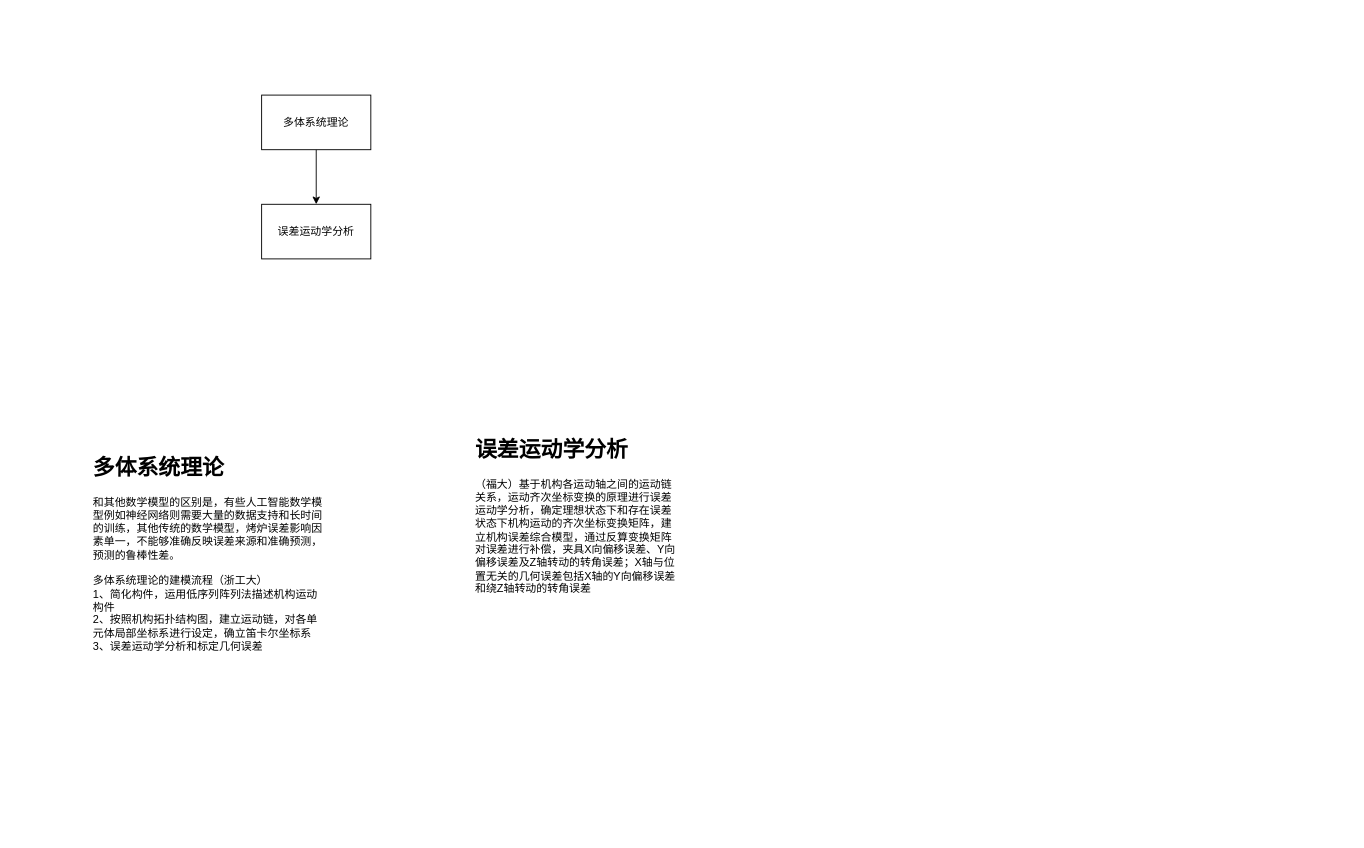
The draw.io diagram 运动位置误差模型.drawio in wjaswdd/draw.io, before the edit. Source tidied: cells renumbered, new cells numbered last; positions are measured from the earlier drawing's top-left corner, leaving out a move shared by most shapes. Both pictures are drawn from the tidied source at 91%, with x=0, y=0 at pixel (88, 95).
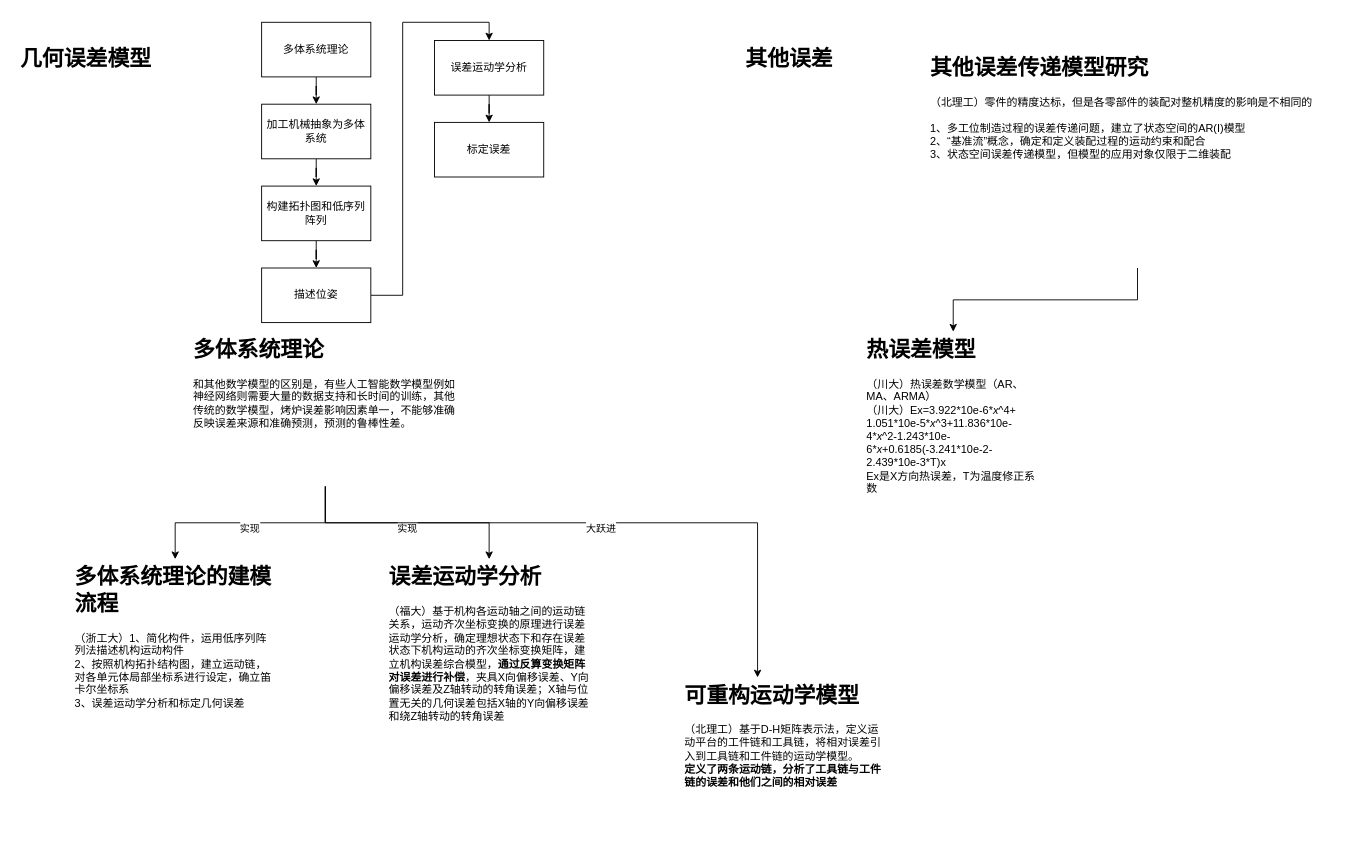
The same page after the edit.

Commit message:
更新运动位置误差模型.drawio

Diff of the diagram source:
```diff
@@
-    <mxCell id="2" style="edgeStyle=orthogonalEdgeStyle;rounded=0;jettySize=auto;html=1;" parent="1" edge="1" source="3" target="4">
-      <mxGeometry relative="1" as="geometry" />
-    </mxCell>
+    <mxCell id="7" style="edgeStyle=orthogonalEdgeStyle;rounded=0;jettySize=auto;html=1;" parent="1" edge="1" source="3" target="16">
+      <mxGeometry relative="1" as="geometry" />
+    </mxCell>
     <mxCell id="3" value="多体系统理论" style="rounded=0;whiteSpace=wrap;html=1;" parent="1" vertex="1">
-      <mxGeometry x="190" width="120" height="60" as="geometry" />
+      <mxGeometry x="190" y="-80" width="120" height="60" as="geometry" />
     </mxCell>
+    <mxCell id="8" style="edgeStyle=orthogonalEdgeStyle;rounded=0;jettySize=auto;html=1;" parent="1" edge="1" source="4" target="21">
+      <mxGeometry relative="1" as="geometry" />
+    </mxCell>
     <mxCell id="4" value="误差运动学分析" style="rounded=0;whiteSpace=wrap;html=1;" parent="1" vertex="1">
-      <mxGeometry x="190" y="120" width="120" height="60" as="geometry" />
+      <mxGeometry x="380" y="-60" width="120" height="60" as="geometry" />
     </mxCell>
-    <mxCell id="5" value="&lt;h1&gt;误差运动学分析&lt;/h1&gt;&lt;div&gt;（福大）基于机构各运动轴之间的运动链&lt;/div&gt;&lt;div&gt;关系，运动齐次坐标变换的原理进行误差运动学分析，确定理想状态下和存在误差状态下机构运动的齐次坐标变换矩阵，建立机构误差综合模型，通过反算变换矩阵对误差进行补偿，夹具X向偏移误差、Y向偏移误差及Z轴转动的转角误差；X轴与位置无关的几何误差包括X轴的Y向偏移误差和绕Z轴转动的转角误差&lt;/div&gt;" style="text;html=1;strokeColor=none;fillColor=none;spacing=5;spacingTop=-20;whiteSpace=wrap;overflow=hidden;rounded=0;" parent="1" vertex="1">
-      <mxGeometry x="420" y="370" width="230" height="240" as="geometry" />
-    </mxCell>
+    <mxCell id="9" value="&lt;br&gt;实现" style="edgeStyle=orthogonalEdgeStyle;rounded=0;jettySize=auto;html=1;" parent="1" edge="1" source="6" target="23">
+      <mxGeometry relative="1" as="geometry" />
+    </mxCell>
+    <mxCell id="10" value="&lt;br&gt;实现" style="edgeStyle=orthogonalEdgeStyle;rounded=0;jettySize=auto;html=1;" parent="1" edge="1" source="6" target="22">
+      <mxGeometry relative="1" as="geometry" />
+    </mxCell>
+    <mxCell id="11" value="&lt;br&gt;大跃进" style="edgeStyle=orthogonalEdgeStyle;rounded=0;jettySize=auto;html=1;" parent="1" edge="1" source="6" target="24">
+      <mxGeometry relative="1" as="geometry">
+        <Array as="points">
+          <mxPoint x="260" y="470" />
+          <mxPoint x="735" y="470" />
+        </Array>
+      </mxGeometry>
+    </mxCell>
-    <mxCell id="6" value="&lt;h1&gt;多体系统理论&lt;/h1&gt;&lt;div&gt;和其他数学模型的区别是，有些人工智能数学模型例如神经网络则需要大量的数据支持和长时间的训练，其他传统的数学模型，烤炉误差影响因素单一，不能够准确反映误差来源和准确预测，预测的鲁棒性差。&lt;/div&gt;&lt;div&gt;&lt;br&gt;&lt;/div&gt;&lt;div&gt;多体系统理论的建模流程（浙工大）&lt;/div&gt;&lt;div&gt;1、简化构件，运用低序列阵列法描述机构运动构件&lt;/div&gt;&lt;div&gt;2、按照机构拓扑结构图，建立运动链，对各单元体局部坐标系进行设定，确立笛卡尔坐标系&lt;/div&gt;&lt;div&gt;3、误差运动学分析和标定几何误差&lt;/div&gt;" style="text;html=1;strokeColor=none;fillColor=none;spacing=5;spacingTop=-20;whiteSpace=wrap;overflow=hidden;rounded=0;" parent="1" vertex="1">
-      <mxGeometry y="390" width="260" height="240" as="geometry" />
+    <mxCell id="6" value="&lt;h1&gt;多体系统理论&lt;/h1&gt;&lt;div&gt;和其他数学模型的区别是，有些人工智能数学模型例如神经网络则需要大量的数据支持和长时间的训练，其他传统的数学模型，烤炉误差影响因素单一，不能够准确反映误差来源和准确预测，预测的鲁棒性差。&lt;/div&gt;&lt;div&gt;&lt;br&gt;&lt;/div&gt;&lt;div&gt;&lt;br&gt;&lt;/div&gt;" style="text;html=1;strokeColor=none;fillColor=none;spacing=5;spacingTop=-20;whiteSpace=wrap;overflow=hidden;rounded=0;" parent="1" vertex="1">
+      <mxGeometry x="110" y="260" width="300" height="170" as="geometry" />
     </mxCell>
+    <mxCell id="12" style="edgeStyle=orthogonalEdgeStyle;rounded=0;jettySize=auto;html=1;" parent="1" edge="1" source="13" target="14">
+      <mxGeometry relative="1" as="geometry" />
+    </mxCell>
+    <mxCell id="13" value="&lt;h1&gt;其他误差传递模型研究&lt;/h1&gt;&lt;div&gt;（北理工）零件的精度达标，但是各零部件的装配对整机精度的影响是不相同的&lt;/div&gt;&lt;div&gt;&lt;br&gt;&lt;/div&gt;&lt;div&gt;1、多工位制造过程的误差传递问题，建立了状态空间的AR(I)模型&lt;/div&gt;&lt;div&gt;2、“基准流”概念，确定和定义装配过程的运动约束和配合&lt;/div&gt;&lt;div&gt;3、状态空间误差传递模型，但模型的应用对象仅限于二维装配&lt;/div&gt;&lt;div&gt;&lt;br&gt;&lt;/div&gt;&lt;div&gt;&lt;br&gt;&lt;/div&gt;" style="text;html=1;strokeColor=none;fillColor=none;spacing=5;spacingTop=-20;whiteSpace=wrap;overflow=hidden;rounded=0;" parent="1" vertex="1">
+      <mxGeometry x="920" y="-50" width="465" height="240" as="geometry" />
+    </mxCell>
+    <mxCell id="14" value="&lt;h1&gt;热误差模型&lt;/h1&gt;（川大）热误差数学模型（AR、MA、ARMA）&lt;div&gt;（川大）Ex=3.922*10e-6*&lt;i&gt;x&lt;/i&gt;^4+&lt;/div&gt;1.051*10e-5*&lt;i style=&quot;border-color: var(--border-color);&quot;&gt;x&lt;/i&gt;^3+11.836*10e-4*&lt;i style=&quot;border-color: var(--border-color);&quot;&gt;x&lt;/i&gt;^2-1.243*10e-6*&lt;i style=&quot;border-color: var(--border-color);&quot;&gt;x&lt;/i&gt;+0.6185(-3.241*10e-2-2.439*10e-3*T)x&lt;br&gt;Ex是X方向热误差，T为温度修正系数" style="text;html=1;strokeColor=none;fillColor=none;spacing=5;spacingTop=-20;whiteSpace=wrap;overflow=hidden;rounded=0;" parent="1" vertex="1">
+      <mxGeometry x="850" y="260" width="200" height="190" as="geometry" />
+    </mxCell>
+    <mxCell id="15" style="edgeStyle=orthogonalEdgeStyle;rounded=0;jettySize=auto;html=1;" parent="1" edge="1" source="16" target="18">
+      <mxGeometry relative="1" as="geometry" />
+    </mxCell>
+    <mxCell id="16" value="加工机械抽象为多体系统" style="whiteSpace=wrap;html=1;rounded=0;" parent="1" vertex="1">
+      <mxGeometry x="190" y="10" width="120" height="60" as="geometry" />
+    </mxCell>
+    <mxCell id="17" style="edgeStyle=orthogonalEdgeStyle;rounded=0;jettySize=auto;html=1;" parent="1" edge="1" source="18" target="20">
+      <mxGeometry relative="1" as="geometry" />
+    </mxCell>
+    <mxCell id="18" value="构建拓扑图和低序列阵列" style="whiteSpace=wrap;html=1;rounded=0;" parent="1" vertex="1">
+      <mxGeometry x="190" y="100" width="120" height="60" as="geometry" />
+    </mxCell>
+    <mxCell id="19" style="edgeStyle=orthogonalEdgeStyle;rounded=0;jettySize=auto;html=1;entryX=0.5;entryY=0;entryDx=0;entryDy=0;" parent="1" edge="1" source="20" target="4">
+      <mxGeometry relative="1" as="geometry" />
+    </mxCell>
+    <mxCell id="20" value="描述位姿" style="rounded=0;whiteSpace=wrap;html=1;" parent="1" vertex="1">
+      <mxGeometry x="190" y="190" width="120" height="60" as="geometry" />
+    </mxCell>
+    <mxCell id="21" value="标定误差" style="whiteSpace=wrap;html=1;rounded=0;" parent="1" vertex="1">
+      <mxGeometry x="380" y="30" width="120" height="60" as="geometry" />
+    </mxCell>
+    <mxCell id="22" value="&lt;h1&gt;误差运动学分析&lt;/h1&gt;&lt;div&gt;（福大）基于机构各运动轴之间的运动链&lt;/div&gt;&lt;div&gt;关系，运动齐次坐标变换的原理进行误差运动学分析，确定理想状态下和存在误差状态下机构运动的齐次坐标变换矩阵，建立机构误差综合模型，&lt;b&gt;通过反算变换矩阵对误差进行补偿&lt;/b&gt;，夹具X向偏移误差、Y向偏移误差及Z轴转动的转角误差；X轴与位置无关的几何误差包括X轴的Y向偏移误差和绕Z轴转动的转角误差&lt;/div&gt;" style="text;html=1;strokeColor=none;fillColor=none;spacing=5;spacingTop=-20;whiteSpace=wrap;overflow=hidden;rounded=0;" parent="1" vertex="1">
+      <mxGeometry x="325" y="510" width="230" height="240" as="geometry" />
+    </mxCell>
+    <mxCell id="23" value="&lt;h1&gt;多体系统理论的建模流程&lt;/h1&gt;&lt;div&gt;（浙工大）1、简化构件，运用低序列阵列法描述机构运动构件&lt;/div&gt;&lt;div style=&quot;border-color: var(--border-color);&quot;&gt;2、按照机构拓扑结构图，建立运动链，对各单元体局部坐标系进行设定，确立笛卡尔坐标系&lt;/div&gt;&lt;div style=&quot;border-color: var(--border-color);&quot;&gt;3、误差运动学分析和标定几何误差&lt;/div&gt;" style="text;html=1;strokeColor=none;fillColor=none;spacing=5;spacingTop=-20;whiteSpace=wrap;overflow=hidden;rounded=0;" parent="1" vertex="1">
+      <mxGeometry x="-20" y="510" width="230" height="240" as="geometry" />
+    </mxCell>
+    <mxCell id="24" value="&lt;h1&gt;可重构运动学模型&lt;/h1&gt;&lt;div&gt;（北理工）基于D-H矩阵表示法，定义运动平台的工件链和工具链，将相对误差引入到工具链和工件链的运动学模型。&lt;br&gt;&lt;/div&gt;&lt;div&gt;&lt;b&gt;定义了两条运动链，分析了工具链与工件链的误差和他们之间的相对误差&lt;/b&gt;&lt;/div&gt;" style="text;html=1;strokeColor=none;fillColor=none;spacing=5;spacingTop=-20;whiteSpace=wrap;overflow=hidden;rounded=0;" parent="1" vertex="1">
+      <mxGeometry x="650" y="640" width="230" height="170" as="geometry" />
+    </mxCell>
+    <mxCell id="25" value="&lt;h1&gt;几何误差模型&lt;/h1&gt;&lt;p&gt;&lt;br&gt;&lt;/p&gt;" style="text;html=1;strokeColor=none;fillColor=none;spacing=5;spacingTop=-20;whiteSpace=wrap;overflow=hidden;rounded=0;" parent="1" vertex="1">
+      <mxGeometry x="-80" y="-60" width="190" height="120" as="geometry" />
+    </mxCell>
+    <mxCell id="26" value="&lt;h1&gt;其他误差&lt;/h1&gt;" style="text;html=1;strokeColor=none;fillColor=none;spacing=5;spacingTop=-20;whiteSpace=wrap;overflow=hidden;rounded=0;" parent="1" vertex="1">
+      <mxGeometry x="717" y="-60" width="190" height="120" as="geometry" />
+    </mxCell>
```
